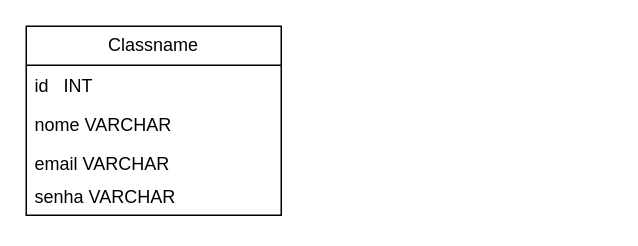
Before: instagram .drawio in gabrimota/Diagramas, a draw.io diagram. Source tidied: cells renumbered, new cells numbered last; positions are measured from the earlier drawing's top-left corner, leaving out a move shared by most shapes. Both pictures are drawn from the tidied source at 150%, with x=0, y=0 at pixel (26, 26).
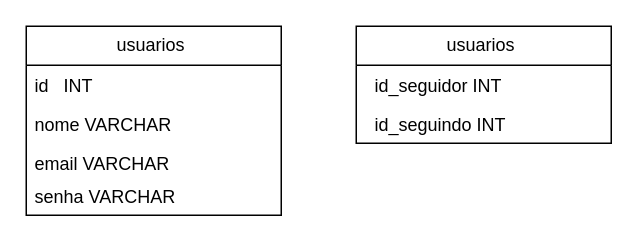
The same diagram, later.

What changed in the source:
```diff
@@
 <mxGraphModel>
   <root>
     <mxCell id="0" />
     <mxCell id="1" parent="0" />
-    <mxCell id="2" value="Classname" style="swimlane;fontStyle=0;horizontal=1;startSize=26;fillColor=none;whiteSpace=wrap;html=1;" parent="1" vertex="1">
+    <mxCell id="2" value="usuarios&amp;nbsp;" style="swimlane;fontStyle=0;horizontal=1;startSize=26;fillColor=none;whiteSpace=wrap;html=1;" parent="1" vertex="1">
       <mxGeometry width="170" height="126" as="geometry" />
     </mxCell>
     <mxCell id="3" value="id&amp;nbsp; &amp;nbsp;INT&amp;nbsp;" style="text;strokeColor=none;fillColor=none;align=left;verticalAlign=top;spacingLeft=4;spacingRight=4;overflow=hidden;whiteSpace=wrap;html=1;" parent="2" vertex="1">
       <mxGeometry y="26" width="170" height="26" as="geometry" />
     </mxCell>
     <mxCell id="4" value="nome VARCHAR" style="text;strokeColor=none;fillColor=none;align=left;verticalAlign=top;spacingLeft=4;spacingRight=4;overflow=hidden;whiteSpace=wrap;html=1;" parent="2" vertex="1">
       <mxGeometry y="52" width="170" height="26" as="geometry" />
     </mxCell>
     <mxCell id="5" value="email VARCHAR" style="text;strokeColor=none;fillColor=none;align=left;verticalAlign=top;spacingLeft=4;spacingRight=4;overflow=hidden;whiteSpace=wrap;html=1;" parent="2" vertex="1">
       <mxGeometry y="78" width="170" height="22" as="geometry" />
     </mxCell>
     <mxCell id="6" value="senha VARCHAR" style="text;strokeColor=none;fillColor=none;align=left;verticalAlign=top;spacingLeft=4;spacingRight=4;overflow=hidden;whiteSpace=wrap;html=1;" parent="2" vertex="1">
       <mxGeometry y="100" width="170" height="26" as="geometry" />
     </mxCell>
+    <mxCell id="7" value="usuarios&amp;nbsp;" style="swimlane;fontStyle=0;horizontal=1;startSize=26;fillColor=none;whiteSpace=wrap;html=1;" parent="1" vertex="1">
+      <mxGeometry x="220" width="170" height="78" as="geometry" />
+    </mxCell>
+    <mxCell id="8" value="&lt;div&gt;&amp;nbsp; id_seguidor INT&lt;/div&gt;&lt;div&gt;&lt;br&gt;&lt;/div&gt;" style="text;strokeColor=none;fillColor=none;align=left;verticalAlign=top;spacingLeft=4;spacingRight=4;overflow=hidden;whiteSpace=wrap;html=1;" parent="7" vertex="1">
+      <mxGeometry y="26" width="170" height="26" as="geometry" />
+    </mxCell>
+    <mxCell id="9" value="&lt;div&gt;&amp;nbsp; id_seguindo INT&lt;/div&gt;&lt;div&gt;&lt;br&gt;&lt;/div&gt;" style="text;strokeColor=none;fillColor=none;align=left;verticalAlign=top;spacingLeft=4;spacingRight=4;overflow=hidden;whiteSpace=wrap;html=1;" parent="7" vertex="1">
+      <mxGeometry y="52" width="170" height="26" as="geometry" />
+    </mxCell>
   </root>
 </mxGraphModel>
```
